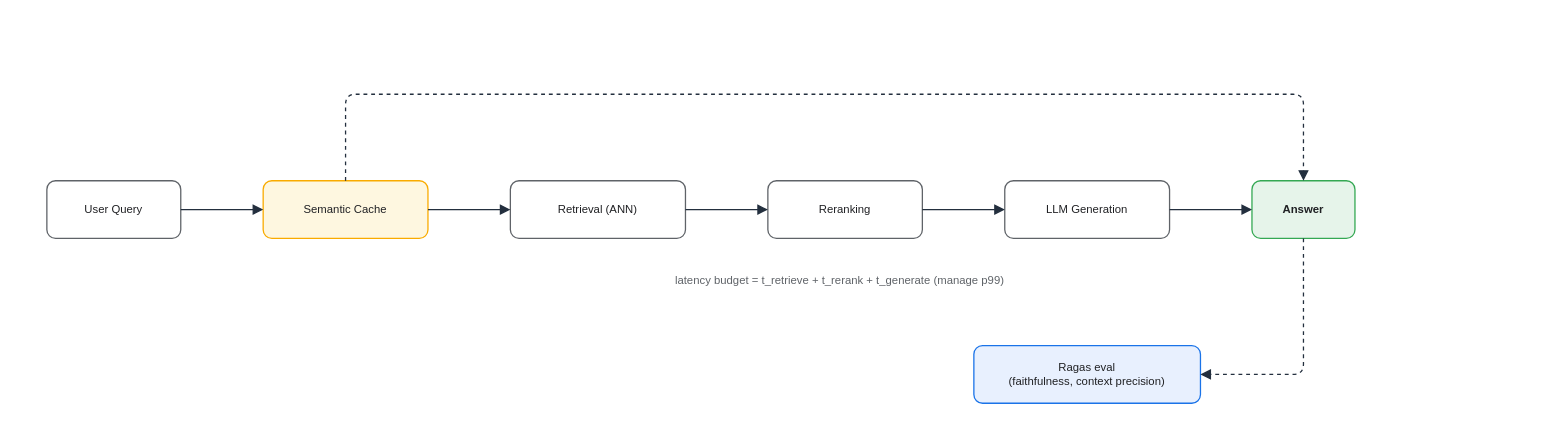
Earlier version of the draw.io diagram assets/img/ai/rag-06-latency-eval.drawio (KKamJi98/kkamji98.github.io). Source tidied: cells renumbered, new cells numbered last; positions are measured from the earlier drawing's top-left corner, leaving out a move shared by most shapes. Both pictures are drawn from the tidied source at 103%, with x=0, y=0 at pixel (46, 94).
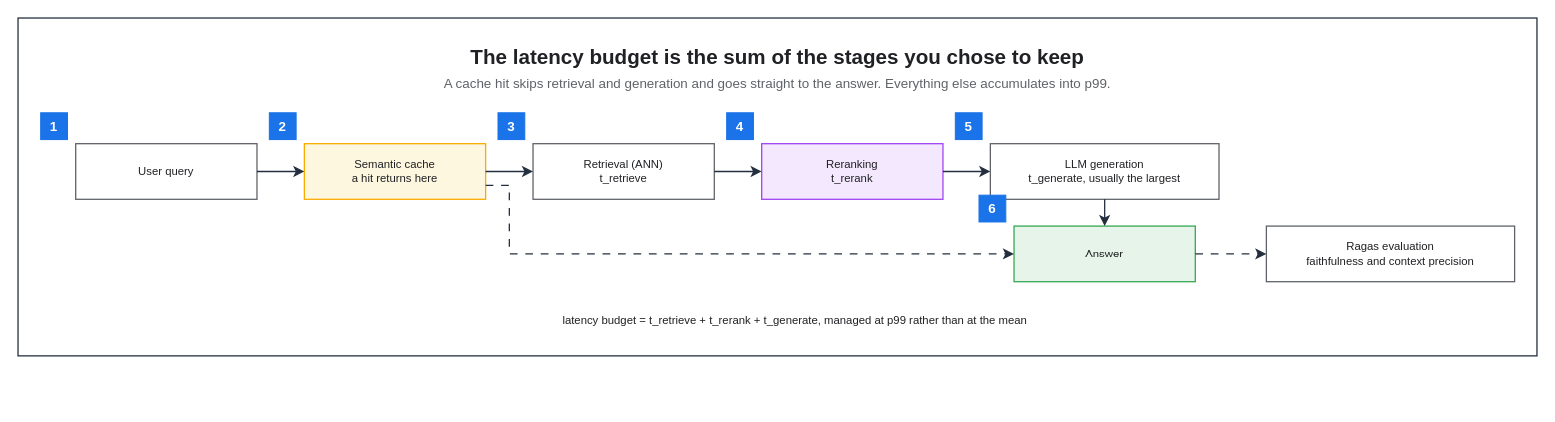
The same page after the edit.

Diff of the diagram source:
```diff
@@
+    <mxCell id="17" style="rounded=0;html=0;fillColor=none;strokeColor=#232F3E;fontColor=#202124;strokeWidth=1.25;" parent="1" vertex="1">
+      <mxGeometry x="-28" y="-74" width="1474.7" height="328" as="geometry" />
+    </mxCell>
+    <mxCell id="18" value="The latency budget is the sum of the stages you chose to keep" style="text;html=0;whiteSpace=wrap;fillColor=none;strokeColor=none;fontColor=#202124;fontSize=20;fontStyle=1;align=center;verticalAlign=middle;" parent="1" vertex="1">
+      <mxGeometry x="-6" y="-52" width="1430.7" height="30" as="geometry" />
+    </mxCell>
+    <mxCell id="19" value="A cache hit skips retrieval and generation and goes straight to the answer. Everything else accumulates into p99." style="text;html=0;whiteSpace=wrap;fillColor=none;strokeColor=none;fontColor=#5F6368;fontSize=13;fontStyle=0;align=center;verticalAlign=middle;" parent="1" vertex="1">
+      <mxGeometry x="-6" y="-22" width="1430.7" height="22" as="geometry" />
+    </mxCell>
-    <mxCell id="2" value="User Query" style="rounded=1;whiteSpace=wrap;html=0;fillColor=#FFFFFF;strokeColor=#5F6368;shadow=0;fontSize=11;fontColor=#202124;strokeWidth=1.25;" parent="1" vertex="1">
-      <mxGeometry y="84" width="130" height="56" as="geometry" />
+    <mxCell id="2" value="User query" style="rounded=0;whiteSpace=wrap;html=0;fillColor=#FFFFFF;strokeColor=#5F6368;fontColor=#202124;fontSize=11;fontStyle=0;align=center;verticalAlign=middle;spacingLeft=6;spacingRight=6;strokeWidth=1.25;" parent="1" vertex="1">
+      <mxGeometry x="28" y="48" width="176" height="54" as="geometry" />
     </mxCell>
-    <mxCell id="3" value="Semantic Cache" style="rounded=1;whiteSpace=wrap;html=0;fillColor=#FEF7E0;strokeColor=#F9AB00;shadow=0;fontSize=11;fontColor=#202124;strokeWidth=1.25;" parent="1" vertex="1">
-      <mxGeometry x="210" y="84" width="160" height="56" as="geometry" />
+    <mxCell id="3" value="Semantic cache&#10;a hit returns here" style="rounded=0;whiteSpace=wrap;html=0;fillColor=#FEF7E0;strokeColor=#F9AB00;fontColor=#202124;fontSize=11;fontStyle=0;align=center;verticalAlign=middle;spacingLeft=6;spacingRight=6;strokeWidth=1.25;" parent="1" vertex="1">
+      <mxGeometry x="250" y="48" width="176" height="54" as="geometry" />
     </mxCell>
-    <mxCell id="4" value="Retrieval (ANN)" style="rounded=1;whiteSpace=wrap;html=0;fillColor=#FFFFFF;strokeColor=#5F6368;shadow=0;fontSize=11;fontColor=#202124;strokeWidth=1.25;" parent="1" vertex="1">
-      <mxGeometry x="450" y="84" width="170" height="56" as="geometry" />
+    <mxCell id="4" value="Retrieval (ANN)&#10;t_retrieve" style="rounded=0;whiteSpace=wrap;html=0;fillColor=#FFFFFF;strokeColor=#5F6368;fontColor=#202124;fontSize=11;fontStyle=0;align=center;verticalAlign=middle;spacingLeft=6;spacingRight=6;strokeWidth=1.25;" parent="1" vertex="1">
+      <mxGeometry x="472" y="48" width="176" height="54" as="geometry" />
     </mxCell>
-    <mxCell id="5" value="Reranking" style="rounded=1;whiteSpace=wrap;html=0;fillColor=#FFFFFF;strokeColor=#5F6368;shadow=0;fontSize=11;fontColor=#202124;strokeWidth=1.25;" parent="1" vertex="1">
-      <mxGeometry x="700" y="84" width="150" height="56" as="geometry" />
+    <mxCell id="5" value="Reranking&#10;t_rerank" style="rounded=0;whiteSpace=wrap;html=0;fillColor=#F3E8FD;strokeColor=#A142F4;fontColor=#202124;fontSize=11;fontStyle=0;align=center;verticalAlign=middle;spacingLeft=6;spacingRight=6;strokeWidth=1.25;" parent="1" vertex="1">
+      <mxGeometry x="694" y="48" width="176" height="54" as="geometry" />
     </mxCell>
-    <mxCell id="6" value="LLM Generation" style="rounded=1;whiteSpace=wrap;html=0;fillColor=#FFFFFF;strokeColor=#5F6368;shadow=0;fontSize=11;fontColor=#202124;strokeWidth=1.25;" parent="1" vertex="1">
-      <mxGeometry x="930" y="84" width="160" height="56" as="geometry" />
+    <mxCell id="6" value="LLM generation&#10;t_generate, usually the largest" style="rounded=0;whiteSpace=wrap;html=0;fillColor=#FFFFFF;strokeColor=#5F6368;fontColor=#202124;fontSize=11;fontStyle=0;align=center;verticalAlign=middle;spacingLeft=6;spacingRight=6;strokeWidth=1.25;" parent="1" vertex="1">
+      <mxGeometry x="916" y="48" width="222" height="54" as="geometry" />
     </mxCell>
-    <mxCell id="7" value="Answer" style="rounded=1;whiteSpace=wrap;html=0;fillColor=#E6F4EA;strokeColor=#34A853;shadow=0;fontSize=11;fontColor=#202124;fontStyle=1;strokeWidth=1.25;" parent="1" vertex="1">
-      <mxGeometry x="1170" y="84" width="100" height="56" as="geometry" />
+    <mxCell id="7" value="Answer" style="rounded=0;whiteSpace=wrap;html=0;fillColor=#E6F4EA;strokeColor=#34A853;fontColor=#202124;fontSize=11;fontStyle=0;align=center;verticalAlign=middle;spacingLeft=6;spacingRight=6;strokeWidth=1.25;" parent="1" vertex="1">
+      <mxGeometry x="939" y="128" width="176" height="54" as="geometry" />
     </mxCell>
+    <mxCell id="9" value="latency budget = t_retrieve + t_rerank + t_generate, managed at p99 rather than at the mean" style="text;html=0;whiteSpace=wrap;fillColor=none;strokeColor=none;fontColor=#202124;fontSize=11;fontStyle=0;align=center;verticalAlign=middle;" parent="1" vertex="1">
+      <mxGeometry x="28" y="208" width="1397" height="24" as="geometry" />
+    </mxCell>
-    <mxCell id="8" value="Ragas eval&#10;(faithfulness, context precision)" style="rounded=1;whiteSpace=wrap;html=0;fillColor=#E8F0FE;strokeColor=#1A73E8;shadow=0;fontSize=11;fontColor=#202124;strokeWidth=1.25;" parent="1" vertex="1">
-      <mxGeometry x="900" y="244" width="220" height="56" as="geometry" />
+    <mxCell id="8" value="Ragas evaluation&#10;faithfulness and context precision" style="rounded=0;whiteSpace=wrap;html=0;fillColor=#FFFFFF;strokeColor=#5F6368;fontColor=#202124;fontSize=11;fontStyle=0;align=center;verticalAlign=middle;spacingLeft=6;spacingRight=6;strokeWidth=1.25;" parent="1" vertex="1">
+      <mxGeometry x="1184" y="128" width="241" height="54" as="geometry" />
     </mxCell>
-    <mxCell id="9" value="latency budget = t_retrieve + t_rerank + t_generate  (manage p99)" style="text;html=0;align=center;fontSize=11;fontColor=#5F6368;" parent="1" vertex="1">
-      <mxGeometry x="450" y="168" width="640" height="24" as="geometry" />
-    </mxCell>
+    <mxCell id="20" value="1" style="rounded=0;whiteSpace=wrap;html=0;fillColor=#1A73E8;strokeColor=#1A73E8;fontColor=#FFFFFF;fontSize=13;fontStyle=1;align=center;verticalAlign=middle;" parent="1" vertex="1">
+      <mxGeometry x="-6" y="18" width="26" height="26" as="geometry" />
+    </mxCell>
+    <mxCell id="21" value="2" style="rounded=0;whiteSpace=wrap;html=0;fillColor=#1A73E8;strokeColor=#1A73E8;fontColor=#FFFFFF;fontSize=13;fontStyle=1;align=center;verticalAlign=middle;" parent="1" vertex="1">
+      <mxGeometry x="216" y="18" width="26" height="26" as="geometry" />
+    </mxCell>
+    <mxCell id="22" value="3" style="rounded=0;whiteSpace=wrap;html=0;fillColor=#1A73E8;strokeColor=#1A73E8;fontColor=#FFFFFF;fontSize=13;fontStyle=1;align=center;verticalAlign=middle;" parent="1" vertex="1">
+      <mxGeometry x="438" y="18" width="26" height="26" as="geometry" />
+    </mxCell>
+    <mxCell id="23" value="4" style="rounded=0;whiteSpace=wrap;html=0;fillColor=#1A73E8;strokeColor=#1A73E8;fontColor=#FFFFFF;fontSize=13;fontStyle=1;align=center;verticalAlign=middle;" parent="1" vertex="1">
+      <mxGeometry x="660" y="18" width="26" height="26" as="geometry" />
+    </mxCell>
+    <mxCell id="24" value="5" style="rounded=0;whiteSpace=wrap;html=0;fillColor=#1A73E8;strokeColor=#1A73E8;fontColor=#FFFFFF;fontSize=13;fontStyle=1;align=center;verticalAlign=middle;" parent="1" vertex="1">
+      <mxGeometry x="882" y="18" width="26" height="26" as="geometry" />
+    </mxCell>
+    <mxCell id="25" value="6" style="rounded=0;whiteSpace=wrap;html=0;fillColor=#1A73E8;strokeColor=#1A73E8;fontColor=#FFFFFF;fontSize=13;fontStyle=1;align=center;verticalAlign=middle;" parent="1" vertex="1">
+      <mxGeometry x="905" y="98" width="26" height="26" as="geometry" />
+    </mxCell>
-    <mxCell id="10" style="edgeStyle=orthogonalEdgeStyle;rounded=1;html=0;endArrow=block;strokeColor=#232F3E;strokeWidth=1.25;fontColor=#202124;endSize=7;" parent="1" edge="1" source="2" target="3">
+    <mxCell id="10" style="edgeStyle=orthogonalEdgeStyle;rounded=0;html=0;strokeColor=#232F3E;strokeWidth=1.25;endArrow=classic;endFill=1;endSize=7;fontSize=11;fontColor=#202124;labelBackgroundColor=none;jettySize=14;exitX=1;exitY=0.5;entryX=0;entryY=0.5;exitDx=0;exitDy=0;entryDx=0;entryDy=0;" parent="1" edge="1" source="2" target="3">
       <mxGeometry relative="1" as="geometry" />
     </mxCell>
-    <mxCell id="11" style="edgeStyle=orthogonalEdgeStyle;rounded=1;html=0;endArrow=block;strokeColor=#232F3E;strokeWidth=1.25;fontColor=#202124;fontSize=11;labelBackgroundColor=none;endSize=7;" parent="1" edge="1" source="3" target="4">
+    <mxCell id="11" style="edgeStyle=orthogonalEdgeStyle;rounded=0;html=0;strokeColor=#232F3E;strokeWidth=1.25;endArrow=classic;endFill=1;endSize=7;fontSize=11;fontColor=#202124;labelBackgroundColor=none;jettySize=14;exitX=1;exitY=0.5;entryX=0;entryY=0.5;exitDx=0;exitDy=0;entryDx=0;entryDy=0;" parent="1" edge="1" source="3" target="4">
       <mxGeometry relative="1" as="geometry" />
     </mxCell>
-    <mxCell id="12" style="edgeStyle=orthogonalEdgeStyle;rounded=1;html=0;endArrow=block;strokeColor=#232F3E;strokeWidth=1.25;fontColor=#202124;endSize=7;" parent="1" edge="1" source="4" target="5">
+    <mxCell id="12" style="edgeStyle=orthogonalEdgeStyle;rounded=0;html=0;strokeColor=#232F3E;strokeWidth=1.25;endArrow=classic;endFill=1;endSize=7;fontSize=11;fontColor=#202124;labelBackgroundColor=none;jettySize=14;exitX=1;exitY=0.5;entryX=0;entryY=0.5;exitDx=0;exitDy=0;entryDx=0;entryDy=0;" parent="1" edge="1" source="4" target="5">
       <mxGeometry relative="1" as="geometry" />
     </mxCell>
-    <mxCell id="13" style="edgeStyle=orthogonalEdgeStyle;rounded=1;html=0;endArrow=block;strokeColor=#232F3E;strokeWidth=1.25;fontColor=#202124;endSize=7;" parent="1" edge="1" source="5" target="6">
+    <mxCell id="13" style="edgeStyle=orthogonalEdgeStyle;rounded=0;html=0;strokeColor=#232F3E;strokeWidth=1.25;endArrow=classic;endFill=1;endSize=7;fontSize=11;fontColor=#202124;labelBackgroundColor=none;jettySize=14;exitX=1;exitY=0.5;entryX=0;entryY=0.5;exitDx=0;exitDy=0;entryDx=0;entryDy=0;" parent="1" edge="1" source="5" target="6">
       <mxGeometry relative="1" as="geometry" />
     </mxCell>
-    <mxCell id="14" style="edgeStyle=orthogonalEdgeStyle;rounded=1;html=0;endArrow=block;strokeColor=#232F3E;strokeWidth=1.25;fontColor=#202124;endSize=7;" parent="1" edge="1" source="6" target="7">
+    <mxCell id="14" style="edgeStyle=orthogonalEdgeStyle;rounded=0;html=0;strokeColor=#232F3E;strokeWidth=1.25;endArrow=classic;endFill=1;endSize=7;fontSize=11;fontColor=#202124;labelBackgroundColor=none;jettySize=14;exitX=0.5;exitY=1;entryX=0.5;entryY=0;exitDx=0;exitDy=0;entryDx=0;entryDy=0;" parent="1" edge="1" source="6" target="7">
       <mxGeometry relative="1" as="geometry" />
     </mxCell>
-    <mxCell id="15" style="edgeStyle=orthogonalEdgeStyle;rounded=1;html=0;endArrow=block;dashed=1;strokeColor=#232F3E;strokeWidth=1.25;fontColor=#202124;fontSize=11;labelBackgroundColor=none;exitX=0.5;exitY=0;exitDx=0;exitDy=0;entryX=0.5;entryY=0;entryDx=0;entryDy=0;endSize=7;" parent="1" edge="1" source="3" target="7">
+    <mxCell id="15" style="edgeStyle=orthogonalEdgeStyle;rounded=0;html=0;strokeColor=#232F3E;strokeWidth=1.25;endArrow=classic;endFill=1;endSize=7;fontSize=11;fontColor=#202124;labelBackgroundColor=none;jettySize=14;dashed=1;dashPattern=6 6;exitX=1;exitY=0.75;entryX=0;entryY=0.5;exitDx=0;exitDy=0;entryDx=0;entryDy=0;" parent="1" edge="1" source="3" target="7">
       <mxGeometry relative="1" as="geometry">
         <Array as="points">
-          <mxPoint x="290" />
-          <mxPoint x="1220" />
+          <mxPoint x="449" y="88.5" />
+          <mxPoint x="449" y="155" />
         </Array>
       </mxGeometry>
     </mxCell>
-    <mxCell id="16" style="edgeStyle=orthogonalEdgeStyle;rounded=1;html=0;endArrow=block;dashed=1;strokeColor=#232F3E;strokeWidth=1.25;fontColor=#202124;fontSize=11;labelBackgroundColor=none;exitX=0.5;exitY=1;exitDx=0;exitDy=0;entryX=1;entryY=0.5;entryDx=0;entryDy=0;endSize=7;" parent="1" edge="1" source="7" target="8">
-      <mxGeometry relative="1" as="geometry">
-        <Array as="points">
-          <mxPoint x="1220" y="272" />
-        </Array>
-      </mxGeometry>
+    <mxCell id="16" style="edgeStyle=orthogonalEdgeStyle;rounded=0;html=0;strokeColor=#232F3E;strokeWidth=1.25;endArrow=classic;endFill=1;endSize=7;fontSize=11;fontColor=#202124;labelBackgroundColor=none;jettySize=14;dashed=1;dashPattern=6 6;exitX=1;exitY=0.5;entryX=0;entryY=0.5;exitDx=0;exitDy=0;entryDx=0;entryDy=0;" parent="1" edge="1" source="7" target="8">
+      <mxGeometry relative="1" as="geometry" />
     </mxCell>
```
